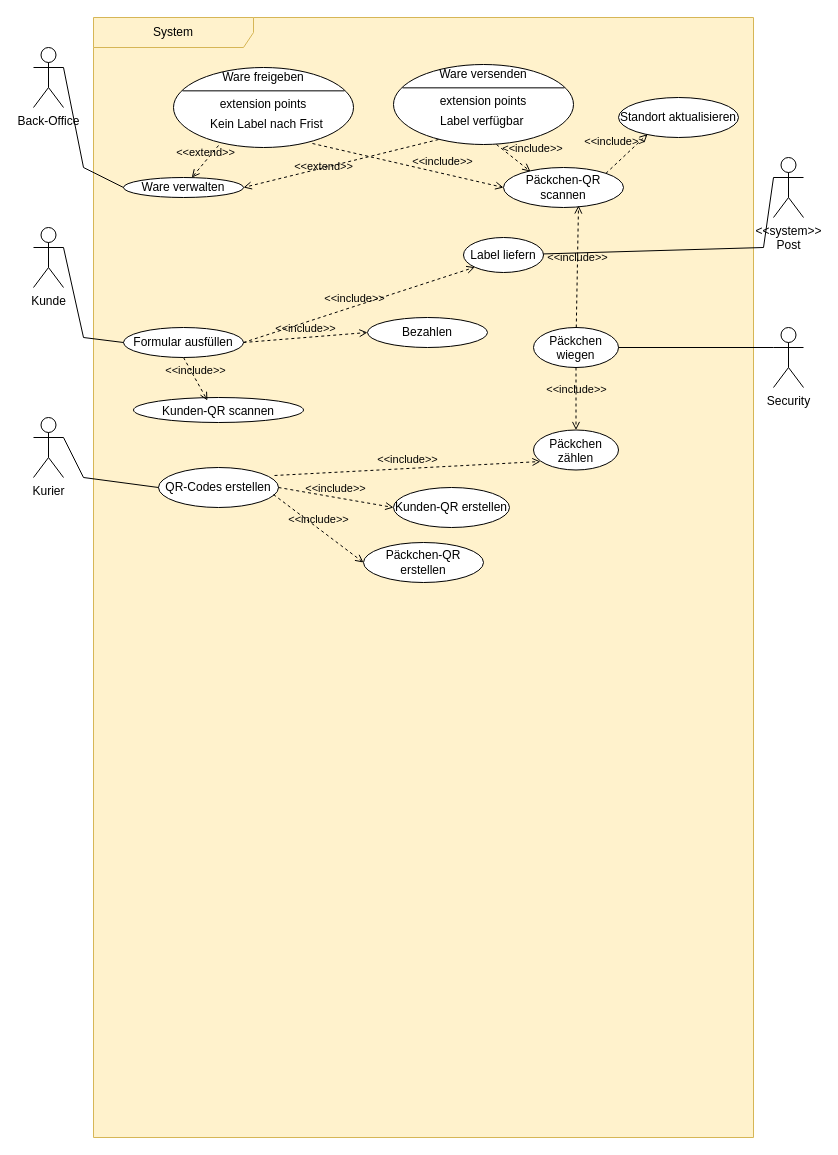
The draw.io diagram lb_use-case-big.drawio in ferreric/ffhs_swem, before the edit. Source tidied: cells renumbered, new cells numbered last; positions are measured from the earlier drawing's top-left corner, leaving out a move shared by most shapes. Both pictures are drawn from the tidied source at 100%, with x=0, y=0 at pixel (33, 17).
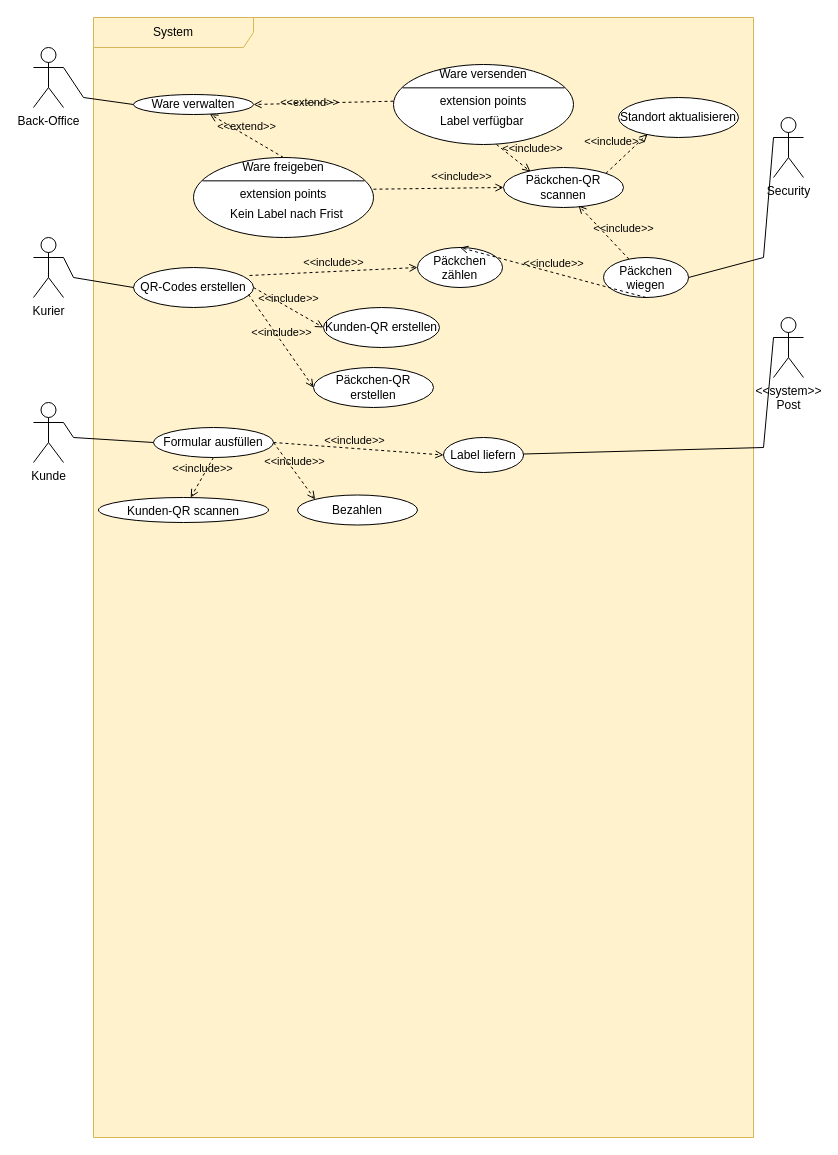
The same page after the edit.

Commit message:
lb_use-case-big.drawio kreuzungen entfernt

Unchanged cells that the change refers to:
```xml
<mxCell id="2" value="System" style="shape=umlFrame;whiteSpace=wrap;html=1;width=160;fillStyle=auto;fillColor=#fff2cc;strokeColor=#d6b656;noLabel=0;gradientColor=none;swimlaneFillColor=#FFF2CC;" parent="1" vertex="1">
  <mxGeometry x="60" width="660" height="1120" as="geometry" />
</mxCell>
<mxCell id="13" value="Ware freigeben" style="html=1;strokeColor=none;fillColor=none;align=center;verticalAlign=middle;whiteSpace=wrap;" parent="12" vertex="1">
  <mxGeometry width="180" height="20" as="geometry" />
</mxCell>
<mxCell id="15" value="extension points" style="text;html=1;align=center;verticalAlign=middle;fillColor=none;strokeColor=none;whiteSpace=wrap;" parent="12" vertex="1">
  <mxGeometry y="26.7" width="180" height="20" as="geometry" />
</mxCell>
<mxCell id="19" value="Päckchen-QR scannen" style="ellipse;whiteSpace=wrap;html=1;" parent="2" vertex="1">
  <mxGeometry x="410" y="150" width="120" height="40" as="geometry" />
</mxCell>
<mxCell id="31" value="Back-Office" style="shape=umlActor;verticalLabelPosition=bottom;verticalAlign=top;html=1;" parent="1" vertex="1">
  <mxGeometry y="30" width="30" height="60" as="geometry" />
</mxCell>
<mxCell id="40" style="shape=ellipse;horizontal=1;html=1;dashed=0;" parent="1" vertex="1">
  <mxGeometry x="360" y="47" width="180" height="80" as="geometry" />
</mxCell>
<mxCell id="43" value="extension points" style="text;html=1;align=center;verticalAlign=middle;fillColor=none;strokeColor=none;whiteSpace=wrap;" parent="40" vertex="1">
  <mxGeometry y="26.7" width="180" height="20" as="geometry" />
</mxCell>
```

Diff of the diagram source:
```diff
@@
     <mxCell id="3" value="&lt;div&gt;Kunden-QR scannen&lt;br&gt;&lt;/div&gt;" style="ellipse;whiteSpace=wrap;html=1;verticalAlign=top;" parent="2" vertex="1">
-      <mxGeometry x="40" y="380" width="170" height="25" as="geometry" />
+      <mxGeometry x="5" y="480" width="170" height="25" as="geometry" />
     </mxCell>
     <mxCell id="4" value="Päckchen wiegen" style="ellipse;whiteSpace=wrap;html=1;verticalAlign=top;" parent="2" vertex="1">
-      <mxGeometry x="440" y="310" width="85" height="40" as="geometry" />
+      <mxGeometry x="510" y="240" width="85" height="40" as="geometry" />
     </mxCell>
     <mxCell id="5" value="Label liefern" style="ellipse;whiteSpace=wrap;html=1;dashed=0;" parent="2" vertex="1">
-      <mxGeometry x="370" y="220" width="80" height="35" as="geometry" />
+      <mxGeometry x="350" y="420" width="80" height="35" as="geometry" />
     </mxCell>
     <mxCell id="6" value="QR-Codes erstellen" style="ellipse;whiteSpace=wrap;html=1;" parent="2" vertex="1">
-      <mxGeometry x="65" y="450" width="120" height="40" as="geometry" />
+      <mxGeometry x="40" y="250" width="120" height="40" as="geometry" />
     </mxCell>
-    <mxCell id="7" value="&amp;lt;&amp;lt;include&amp;gt;&amp;gt;" style="html=1;verticalAlign=bottom;labelBackgroundColor=none;endArrow=open;endFill=0;dashed=1;rounded=0;entryX=0.435;entryY=0.12;entryDx=0;entryDy=0;exitX=0.5;exitY=1;exitDx=0;exitDy=0;entryPerimeter=0;" parent="2" edge="1" source="9" target="3">
+    <mxCell id="7" value="&amp;lt;&amp;lt;include&amp;gt;&amp;gt;" style="html=1;verticalAlign=bottom;labelBackgroundColor=none;endArrow=open;endFill=0;dashed=1;rounded=0;exitX=0.5;exitY=1;exitDx=0;exitDy=0;" parent="2" edge="1" source="9" target="3">
       <mxGeometry relative="1" as="geometry" />
     </mxCell>
-    <mxCell id="8" value="&amp;lt;&amp;lt;include&amp;gt;&amp;gt;" style="html=1;verticalAlign=bottom;labelBackgroundColor=none;endArrow=open;endFill=0;dashed=1;rounded=0;entryX=0;entryY=1;entryDx=0;entryDy=0;exitX=1;exitY=0.5;exitDx=0;exitDy=0;" parent="2" edge="1" source="9" target="5">
+    <mxCell id="8" value="&amp;lt;&amp;lt;include&amp;gt;&amp;gt;" style="html=1;verticalAlign=bottom;labelBackgroundColor=none;endArrow=open;endFill=0;dashed=1;rounded=0;entryX=0;entryY=0.5;entryDx=0;entryDy=0;exitX=1;exitY=0.5;exitDx=0;exitDy=0;" parent="2" edge="1" source="9" target="5">
       <mxGeometry x="-0.05" y="-1" relative="1" as="geometry" />
     </mxCell>
     <mxCell id="9" value="Formular ausfüllen" style="ellipse;whiteSpace=wrap;html=1;" parent="2" vertex="1">
-      <mxGeometry x="30" y="310" width="120" height="30" as="geometry" />
+      <mxGeometry x="60" y="410" width="120" height="30" as="geometry" />
     </mxCell>
     <mxCell id="10" value="Bezahlen" style="ellipse;whiteSpace=wrap;html=1;" parent="2" vertex="1">
-      <mxGeometry x="274" y="300" width="120" height="30" as="geometry" />
+      <mxGeometry x="204" y="477.5" width="120" height="30" as="geometry" />
     </mxCell>
     <mxCell id="11" value="Ware verwalten" style="ellipse;whiteSpace=wrap;html=1;" parent="2" vertex="1">
-      <mxGeometry x="30" y="160" width="120" height="20" as="geometry" />
+      <mxGeometry x="40" y="77" width="120" height="20" as="geometry" />
     </mxCell>
     <mxCell id="12" style="shape=ellipse;horizontal=1;html=1;dashed=0;" parent="2" vertex="1">
-      <mxGeometry x="80" y="50" width="180" height="80" as="geometry" />
+      <mxGeometry x="100" y="140" width="180" height="80" as="geometry" />
     </mxCell>
@@
-    <mxCell id="17" value="&amp;lt;&amp;lt;include&amp;gt;&amp;gt;" style="html=1;verticalAlign=bottom;labelBackgroundColor=none;endArrow=open;endFill=0;dashed=1;rounded=0;entryX=0;entryY=0.5;entryDx=0;entryDy=0;exitX=1;exitY=0.5;exitDx=0;exitDy=0;" parent="2" edge="1" source="9" target="10">
+    <mxCell id="17" value="&amp;lt;&amp;lt;include&amp;gt;&amp;gt;" style="html=1;verticalAlign=bottom;labelBackgroundColor=none;endArrow=open;endFill=0;dashed=1;rounded=0;entryX=0;entryY=0;entryDx=0;entryDy=0;exitX=1;exitY=0.5;exitDx=0;exitDy=0;" parent="2" edge="1" source="9" target="10">
       <mxGeometry relative="1" as="geometry" />
     </mxCell>
-    <mxCell id="18" value="&amp;lt;&amp;lt;extend&amp;gt;&amp;gt;" style="html=1;verticalAlign=bottom;labelBackgroundColor=none;endArrow=open;endFill=0;dashed=1;rounded=0;exitX=0.25;exitY=0.975;exitDx=0;exitDy=0;exitPerimeter=0;" parent="2" edge="1" source="12" target="11">
+    <mxCell id="18" value="&amp;lt;&amp;lt;extend&amp;gt;&amp;gt;" style="html=1;verticalAlign=bottom;labelBackgroundColor=none;endArrow=open;endFill=0;dashed=1;rounded=0;exitX=0.5;exitY=0;exitDx=0;exitDy=0;" parent="2" edge="1" source="13" target="11">
       <mxGeometry relative="1" as="geometry" />
     </mxCell>
@@
     <mxCell id="20" value="&amp;lt;&amp;lt;include&amp;gt;&amp;gt;" style="html=1;verticalAlign=bottom;labelBackgroundColor=none;endArrow=open;endFill=0;dashed=1;rounded=0;entryX=0.625;entryY=0.95;entryDx=0;entryDy=0;entryPerimeter=0;" parent="2" edge="1" source="4" target="19">
-      <mxGeometry relative="1" as="geometry" />
+      <mxGeometry x="-0.47" y="-11" relative="1" as="geometry" />
     </mxCell>
-    <mxCell id="21" value="&amp;lt;&amp;lt;include&amp;gt;&amp;gt;" style="html=1;verticalAlign=bottom;labelBackgroundColor=none;endArrow=open;endFill=0;dashed=1;rounded=0;entryX=0;entryY=0.5;entryDx=0;entryDy=0;exitX=0.772;exitY=0.95;exitDx=0;exitDy=0;exitPerimeter=0;" parent="2" edge="1" source="12" target="19">
+    <mxCell id="21" value="&amp;lt;&amp;lt;include&amp;gt;&amp;gt;" style="html=1;verticalAlign=bottom;labelBackgroundColor=none;endArrow=open;endFill=0;dashed=1;rounded=0;entryX=0;entryY=0.5;entryDx=0;entryDy=0;exitX=1;exitY=0.25;exitDx=0;exitDy=0;" parent="2" edge="1" source="15" target="19">
       <mxGeometry x="0.36" y="3" relative="1" as="geometry" />
     </mxCell>
@@
     <mxCell id="24" value="Päckchen zählen" style="ellipse;whiteSpace=wrap;html=1;verticalAlign=top;" parent="2" vertex="1">
-      <mxGeometry x="440" y="412.5" width="85" height="40" as="geometry" />
+      <mxGeometry x="324" y="230" width="85" height="40" as="geometry" />
     </mxCell>
@@
     <mxCell id="26" value="Kunden-QR erstellen" style="ellipse;whiteSpace=wrap;html=1;" parent="2" vertex="1">
-      <mxGeometry x="300" y="470" width="116" height="40" as="geometry" />
+      <mxGeometry x="230" y="290" width="116" height="40" as="geometry" />
     </mxCell>
     <mxCell id="27" value="Päckchen-QR erstellen" style="ellipse;whiteSpace=wrap;html=1;" parent="2" vertex="1">
-      <mxGeometry x="270" y="525" width="120" height="40" as="geometry" />
+      <mxGeometry x="220" y="350" width="120" height="40" as="geometry" />
     </mxCell>
@@
-    <mxCell id="30" value="&amp;lt;&amp;lt;include&amp;gt;&amp;gt;" style="html=1;verticalAlign=bottom;labelBackgroundColor=none;endArrow=open;endFill=0;dashed=1;rounded=0;exitX=0.967;exitY=0.2;exitDx=0;exitDy=0;entryX=0.082;entryY=0.788;entryDx=0;entryDy=0;entryPerimeter=0;exitPerimeter=0;" parent="2" edge="1" source="6" target="24">
+    <mxCell id="30" value="&amp;lt;&amp;lt;include&amp;gt;&amp;gt;" style="html=1;verticalAlign=bottom;labelBackgroundColor=none;endArrow=open;endFill=0;dashed=1;rounded=0;exitX=0.967;exitY=0.2;exitDx=0;exitDy=0;entryX=0;entryY=0.5;entryDx=0;entryDy=0;exitPerimeter=0;" parent="2" edge="1" source="6" target="24">
       <mxGeometry relative="1" as="geometry" />
     </mxCell>
@@
     <mxCell id="32" value="Security" style="shape=umlActor;verticalLabelPosition=bottom;verticalAlign=top;html=1;" parent="1" vertex="1">
-      <mxGeometry x="740" y="310" width="30" height="60" as="geometry" />
+      <mxGeometry x="740" y="100" width="30" height="60" as="geometry" />
     </mxCell>
     <mxCell id="33" value="Kunde" style="shape=umlActor;verticalLabelPosition=bottom;verticalAlign=top;html=1;" parent="1" vertex="1">
-      <mxGeometry y="210" width="30" height="60" as="geometry" />
+      <mxGeometry y="385" width="30" height="60" as="geometry" />
     </mxCell>
     <mxCell id="34" value="Kurier" style="shape=umlActor;verticalLabelPosition=bottom;verticalAlign=top;html=1;" parent="1" vertex="1">
-      <mxGeometry y="400" width="30" height="60" as="geometry" />
+      <mxGeometry y="220" width="30" height="60" as="geometry" />
     </mxCell>
     <mxCell id="35" style="endArrow=none;html=1;rounded=0;entryX=0;entryY=0.3333333333333333;entryDx=0;entryDy=0;entryPerimeter=0;exitX=1;exitY=0.5;exitDx=0;exitDy=0;" parent="1" edge="1" source="4" target="32">
-      <mxGeometry relative="1" as="geometry" />
+      <mxGeometry relative="1" as="geometry">
+        <Array as="points">
+          <mxPoint x="730" y="240" />
+        </Array>
+      </mxGeometry>
     </mxCell>
     <mxCell id="36" style="endArrow=none;html=1;rounded=0;entryX=0;entryY=0.3333333333333333;entryDx=0;entryDy=0;entryPerimeter=0;" parent="1" edge="1" source="5" target="37">
       <mxGeometry relative="1" as="geometry">
         <Array as="points">
-          <mxPoint x="730" y="230" />
+          <mxPoint x="730" y="430" />
         </Array>
       </mxGeometry>
     </mxCell>
     <mxCell id="37" value="&lt;div&gt;&amp;lt;&amp;lt;system&amp;gt;&amp;gt;&lt;/div&gt;&lt;div&gt;Post&lt;br&gt;&lt;/div&gt;" style="shape=umlActor;verticalLabelPosition=bottom;verticalAlign=top;html=1;" parent="1" vertex="1">
-      <mxGeometry x="740" y="140" width="30" height="60" as="geometry" />
+      <mxGeometry x="740" y="300" width="30" height="60" as="geometry" />
     </mxCell>
     <mxCell id="38" style="endArrow=none;html=1;rounded=0;entryX=0;entryY=0.5;entryDx=0;entryDy=0;exitX=1;exitY=0.3333333333333333;exitDx=0;exitDy=0;exitPerimeter=0;" parent="1" edge="1" source="33" target="9">
       <mxGeometry relative="1" as="geometry">
         <Array as="points">
-          <mxPoint x="50" y="320" />
+          <mxPoint x="40" y="420" />
         </Array>
       </mxGeometry>
     </mxCell>
     <mxCell id="39" style="endArrow=none;html=1;rounded=0;entryX=0;entryY=0.5;entryDx=0;entryDy=0;exitX=1;exitY=0.3333333333333333;exitDx=0;exitDy=0;exitPerimeter=0;" parent="1" edge="1" source="31" target="11">
       <mxGeometry relative="1" as="geometry">
         <Array as="points">
-          <mxPoint x="50" y="150" />
+          <mxPoint x="50" y="80" />
         </Array>
       </mxGeometry>
     </mxCell>
@@
-    <mxCell id="45" value="&amp;lt;&amp;lt;extend&amp;gt;&amp;gt;" style="html=1;verticalAlign=bottom;labelBackgroundColor=none;endArrow=open;endFill=0;dashed=1;rounded=0;exitX=0.25;exitY=0.938;exitDx=0;exitDy=0;exitPerimeter=0;entryX=1;entryY=0.5;entryDx=0;entryDy=0;" parent="1" edge="1" source="40" target="11">
+    <mxCell id="45" value="&amp;lt;&amp;lt;extend&amp;gt;&amp;gt;" style="html=1;verticalAlign=bottom;labelBackgroundColor=none;endArrow=open;endFill=0;dashed=1;rounded=0;exitX=0;exitY=0.5;exitDx=0;exitDy=0;entryX=1;entryY=0.5;entryDx=0;entryDy=0;" parent="1" edge="1" source="43" target="11">
       <mxGeometry x="0.2" y="8" relative="1" as="geometry" />
     </mxCell>
@@
     <mxCell id="47" style="endArrow=none;html=1;rounded=0;exitX=1;exitY=0.3333333333333333;exitDx=0;exitDy=0;exitPerimeter=0;entryX=0;entryY=0.5;entryDx=0;entryDy=0;" parent="1" edge="1" source="34" target="6">
       <mxGeometry relative="1" as="geometry">
         <Array as="points">
-          <mxPoint x="50" y="460" />
+          <mxPoint x="40" y="260" />
         </Array>
       </mxGeometry>
     </mxCell>
```
